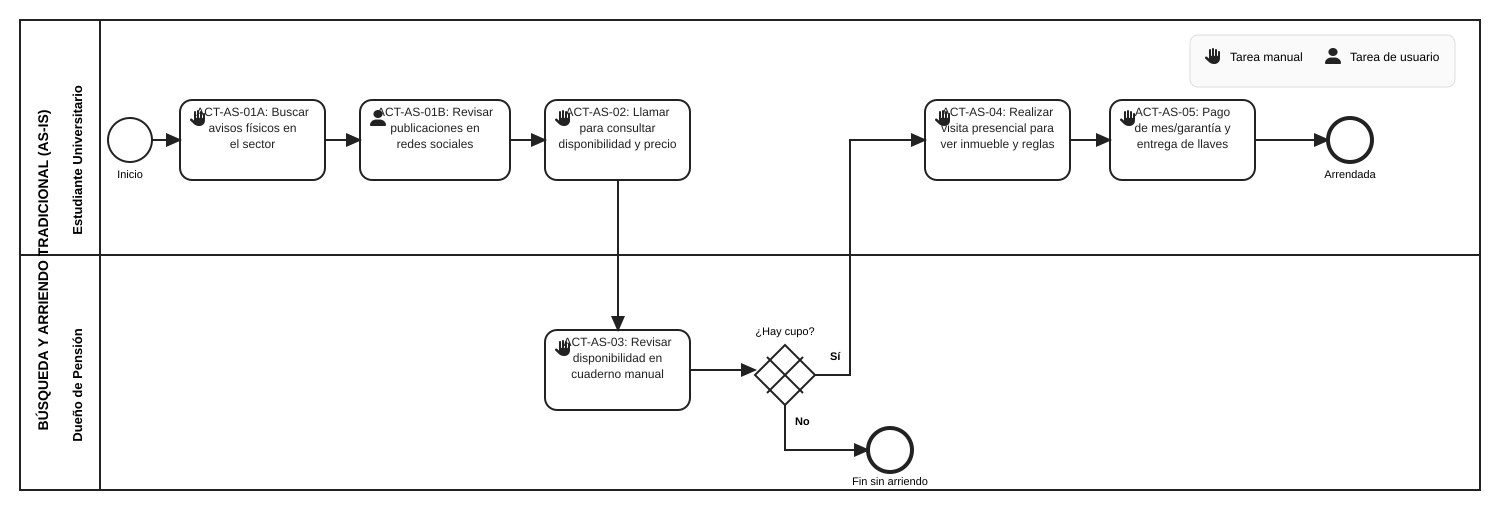
The BPMN diagram assets/diagramas/as-is.png in busca-tunido-requisitos/entrega-1, before a commit. Its source is kept beside it as assets/diagramas/as-is.bpmn. Ids are renumbered.
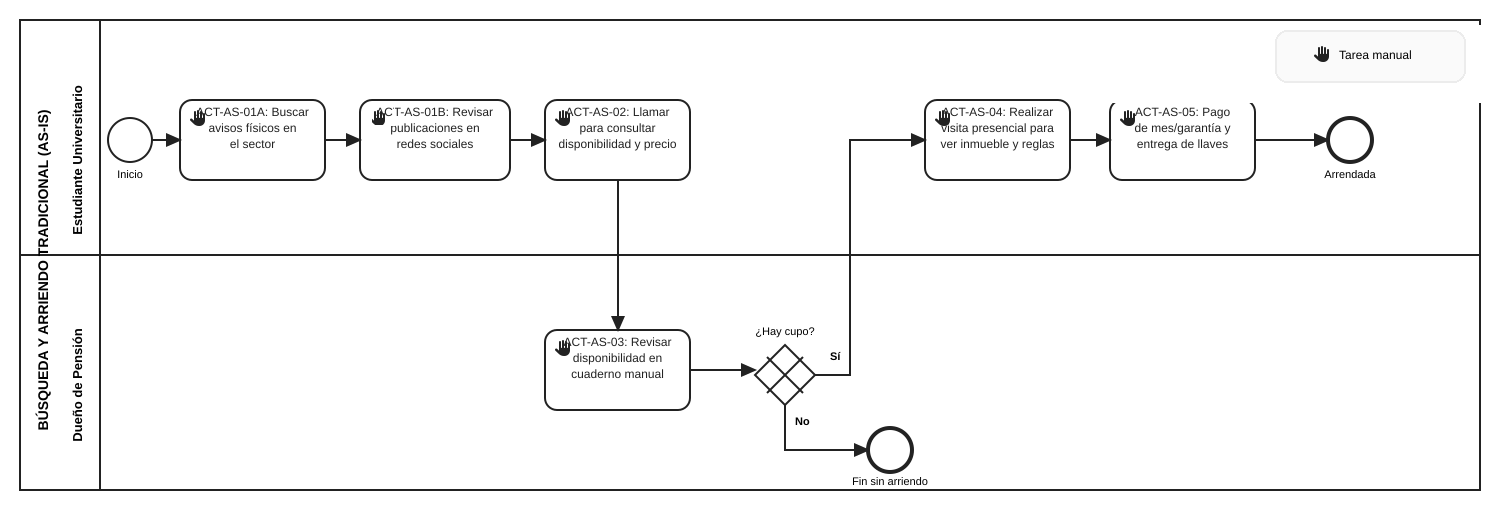
After the change.

The edit, as a diff of the source:
```diff
@@ -29,7 +29,7 @@
 
     <bpmn:startEvent id="Start_Estudiante" name="Necesita pensión" />
     <bpmn:manualTask id="ACT_AS_01A" name="ACT-AS-01A: Buscar avisos físicos en el sector universitario" />
-    <bpmn:userTask id="ACT_AS_01B" name="ACT-AS-01B: Revisar publicaciones de pensiones en redes sociales" />
+    <bpmn:manualTask id="ACT_AS_01B" name="ACT-AS-01B: Revisar publicaciones de pensiones en redes sociales" />
     <bpmn:manualTask id="ACT_AS_02" name="ACT-AS-02: Llamar al dueño para consultar disponibilidad y precio" />
     <bpmn:manualTask id="ACT_AS_03" name="ACT-AS-03: Revisar disponibilidad en cuaderno manual" />
     <bpmn:exclusiveGateway id="Gateway_Cupo" name="¿Hay pieza disponible?" />
```
